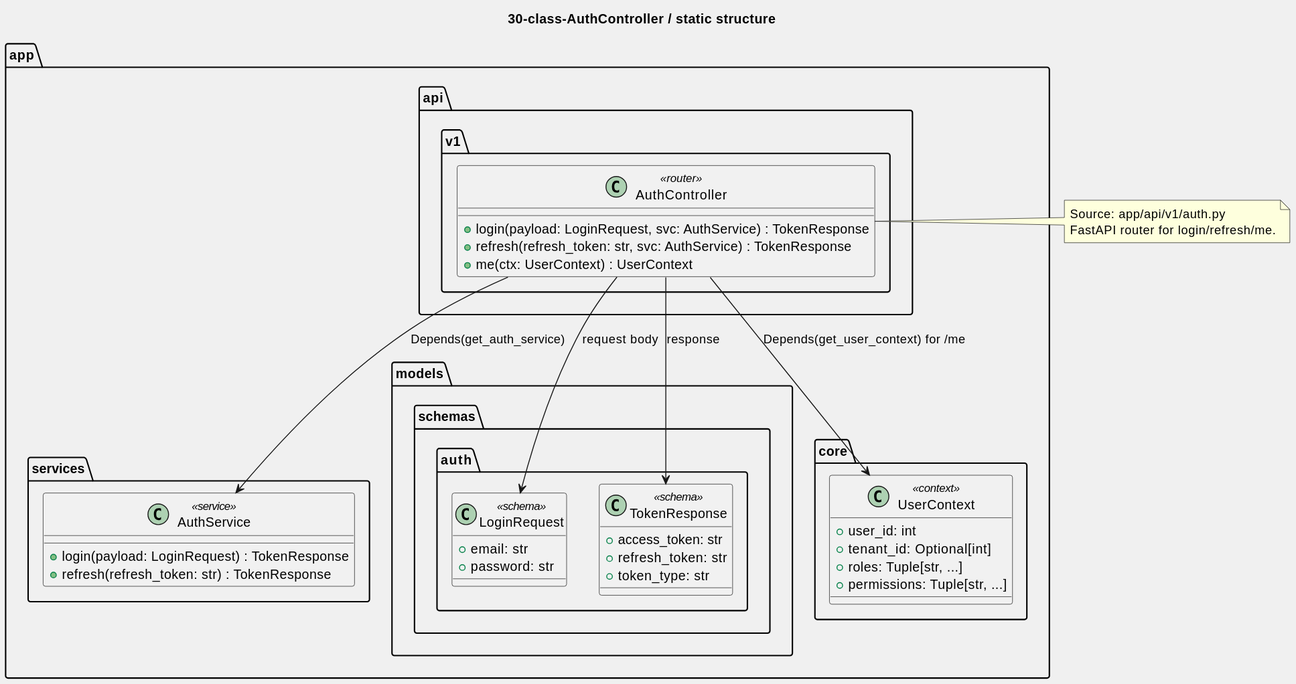
Earlier version of the PlantUML export architecture/30-class-AuthController.svg (lukasijus/mlv1sion). The source it was exported from:
```plantuml
@startuml
title 30-class-AuthController / static structure
skinparam BackgroundColor #f0f0f0

package "app.api.v1" {

  class AuthController <<router>> {
    + login(payload: LoginRequest, svc: AuthService) : TokenResponse
    + refresh(refresh_token: str, svc: AuthService) : TokenResponse
    + me(ctx: UserContext) : UserContext
  }
}

package "app.services" {
  class AuthService <<service>> {
    + login(payload: LoginRequest) : TokenResponse
    + refresh(refresh_token: str) : TokenResponse
  }
}

package "app.models.schemas.auth" {
  class LoginRequest <<schema>> {
    + email: str
    + password: str
  }

  class TokenResponse <<schema>> {
    + access_token: str
    + refresh_token: str
    + token_type: str
  }
}

package "app.core" {
  class UserContext <<context>> {
    + user_id: int
    + tenant_id: Optional[int]
    + roles: Tuple[str, ...]
    + permissions: Tuple[str, ...]
  }
}

AuthController --> AuthService      : Depends(get_auth_service)
AuthController --> LoginRequest     : request body
AuthController --> TokenResponse    : response
AuthController --> UserContext      : Depends(get_user_context) for /me

note right of AuthController
Source: app/api/v1/auth.py
FastAPI router for login/refresh/me.
end note
@enduml
```
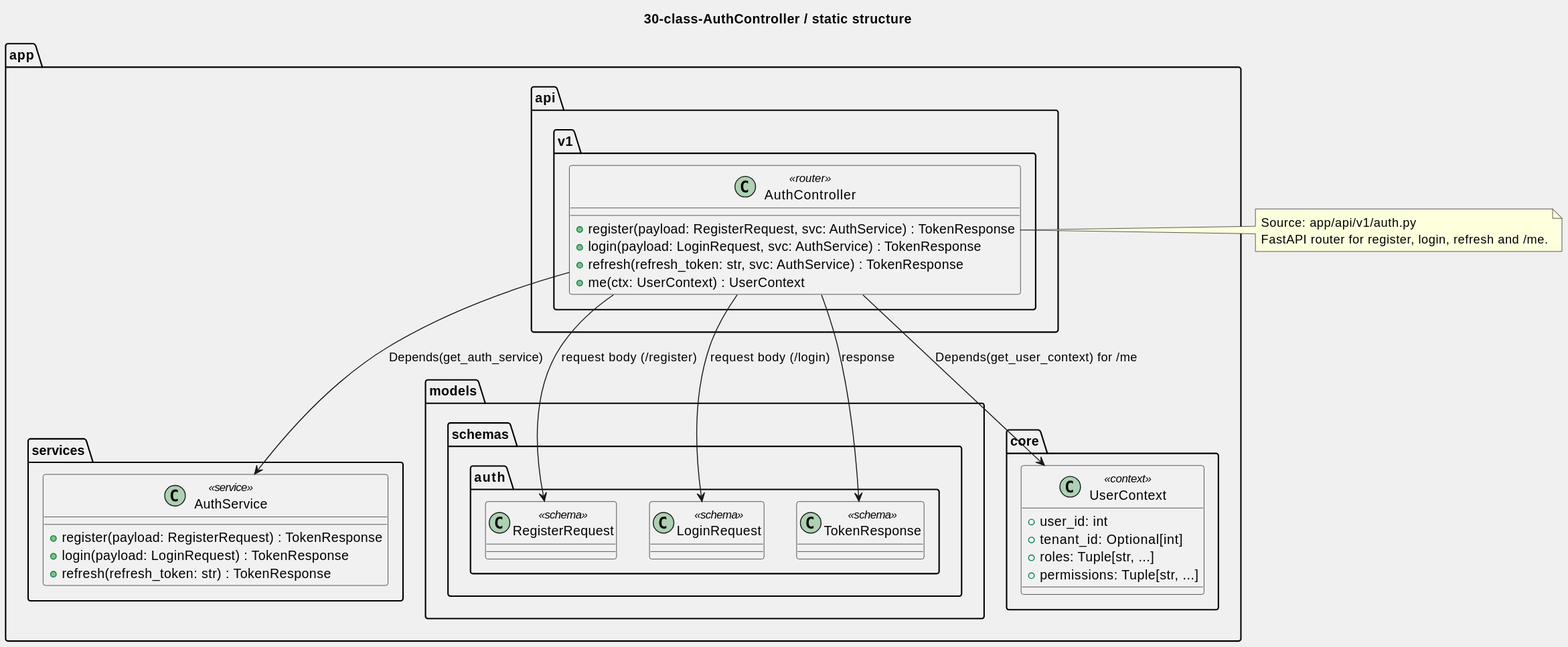
The same diagram one commit later.

What changed in the source:
```diff
@@ -5,6 +5,7 @@
 package "app.api.v1" {
 
   class AuthController <<router>> {
+    + register(payload: RegisterRequest, svc: AuthService) : TokenResponse
     + login(payload: LoginRequest, svc: AuthService) : TokenResponse
     + refresh(refresh_token: str, svc: AuthService) : TokenResponse
     + me(ctx: UserContext) : UserContext
@@ -13,22 +14,16 @@
 
 package "app.services" {
   class AuthService <<service>> {
+    + register(payload: RegisterRequest) : TokenResponse
     + login(payload: LoginRequest) : TokenResponse
     + refresh(refresh_token: str) : TokenResponse
   }
 }
 
 package "app.models.schemas.auth" {
-  class LoginRequest <<schema>> {
-    + email: str
-    + password: str
-  }
-
-  class TokenResponse <<schema>> {
-    + access_token: str
-    + refresh_token: str
-    + token_type: str
-  }
+  class RegisterRequest <<schema>>
+  class LoginRequest <<schema>>
+  class TokenResponse <<schema>>
 }
 
 package "app.core" {
@@ -41,12 +36,13 @@
 }
 
 AuthController --> AuthService      : Depends(get_auth_service)
-AuthController --> LoginRequest     : request body
+AuthController --> RegisterRequest  : request body (/register)
+AuthController --> LoginRequest     : request body (/login)
 AuthController --> TokenResponse    : response
 AuthController --> UserContext      : Depends(get_user_context) for /me
 
 note right of AuthController
 Source: app/api/v1/auth.py
-FastAPI router for login/refresh/me.
+FastAPI router for register, login, refresh and /me.
 end note
 @enduml
```
